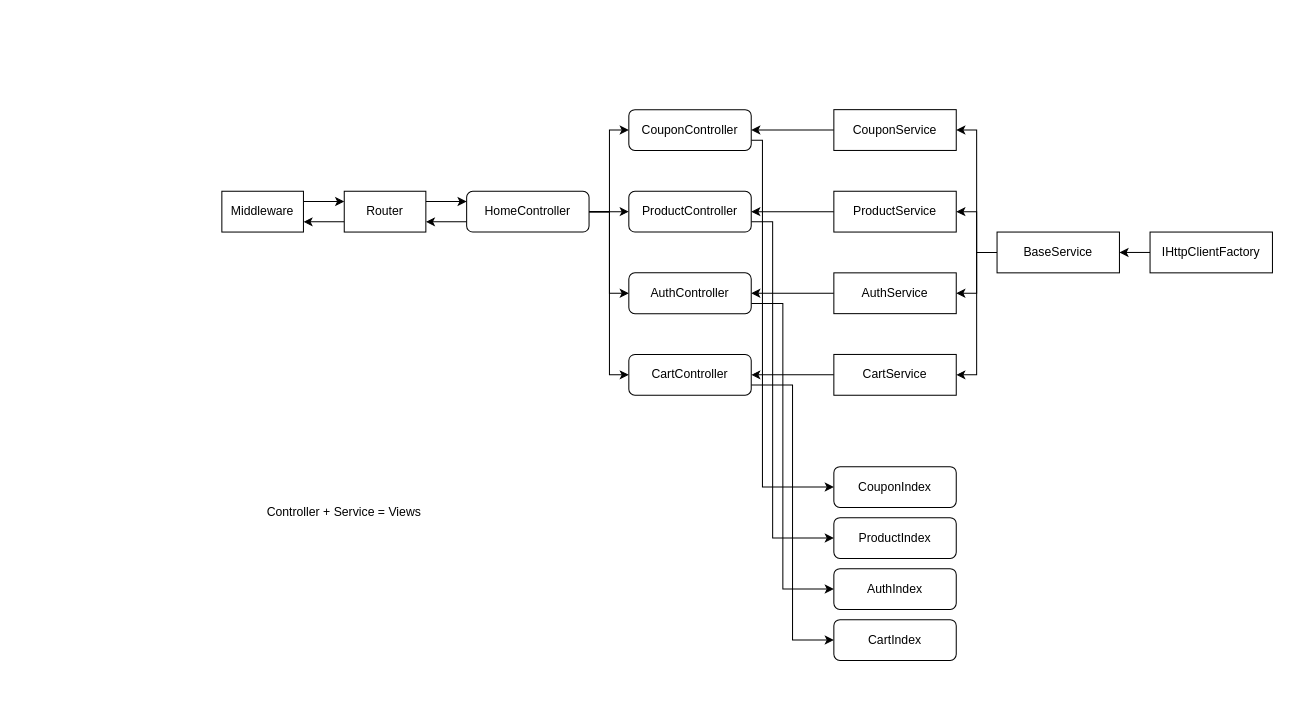
Above: MVC_Diagram_DotnetMastery.drawio in MdKasimS/Mango (draw.io), before the change. Source tidied: cells renumbered, new cells numbered last; positions are measured from the earlier drawing's top-left corner, leaving out a move shared by most shapes. Both pictures are drawn from the tidied source at 102%, with x=0, y=0 at pixel (221, 109).
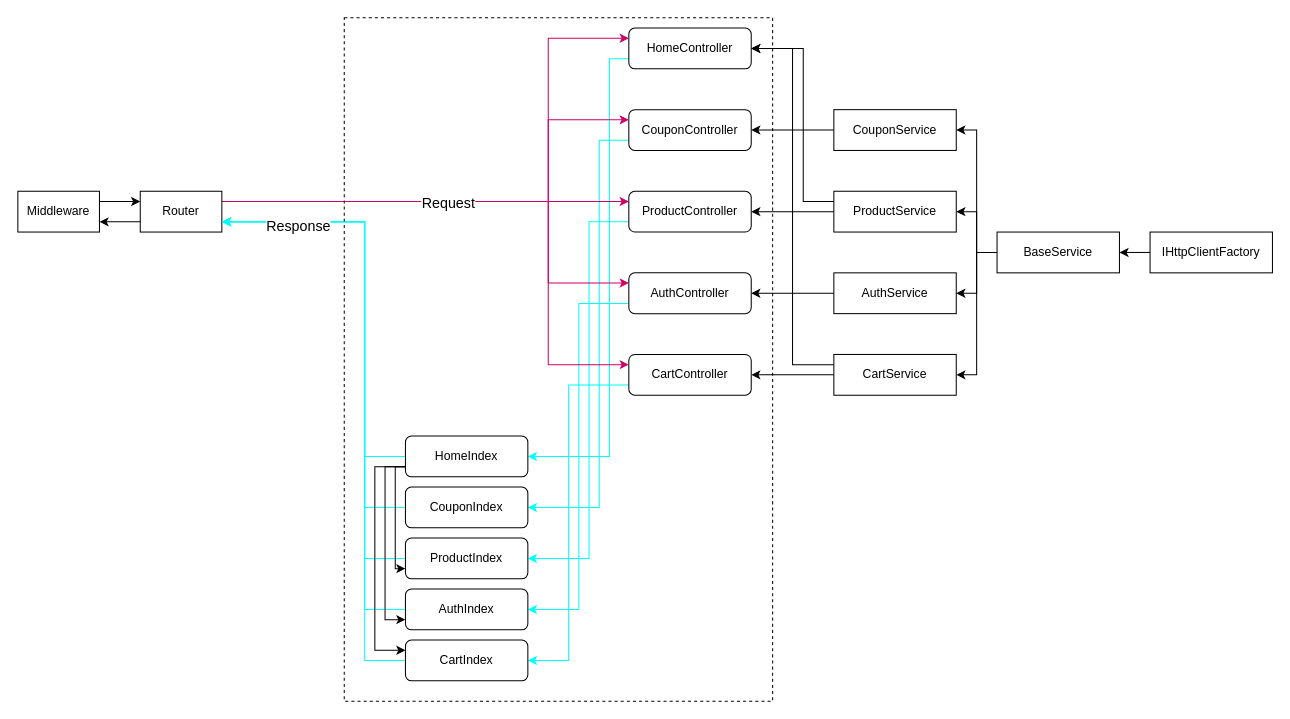
The same diagram, later.

Commit message:
Added MVC web flows

Unchanged cells that the change refers to:
```xml
<mxCell id="9" value="CouponController" style="rounded=1;whiteSpace=wrap;html=1;" parent="1" vertex="1">
  <mxGeometry x="399" width="120" height="40" as="geometry" />
</mxCell>
<mxCell id="11" value="ProductController" style="rounded=1;whiteSpace=wrap;html=1;" parent="1" vertex="1">
  <mxGeometry x="399" y="80" width="120" height="40" as="geometry" />
</mxCell>
<mxCell id="13" value="AuthController" style="rounded=1;whiteSpace=wrap;html=1;" parent="1" vertex="1">
  <mxGeometry x="399" y="160" width="120" height="40" as="geometry" />
</mxCell>
<mxCell id="20" value="CartController" style="rounded=1;whiteSpace=wrap;html=1;" parent="1" vertex="1">
  <mxGeometry x="399" y="240" width="120" height="40" as="geometry" />
</mxCell>
<mxCell id="24" value="ProductService" style="rounded=0;whiteSpace=wrap;html=1;" parent="1" vertex="1">
  <mxGeometry x="600" y="80" width="120" height="40" as="geometry" />
</mxCell>
<mxCell id="28" value="CartService" style="rounded=0;whiteSpace=wrap;html=1;" parent="1" vertex="1">
  <mxGeometry x="600" y="240" width="120" height="40" as="geometry" />
</mxCell>
```

Diff of the diagram source:
```diff
@@
-    <mxCell id="2" style="edgeStyle=orthogonalEdgeStyle;rounded=0;jettySize=auto;html=1;exitX=1;exitY=0.5;exitDx=0;exitDy=0;entryX=0;entryY=0.5;entryDx=0;entryDy=0;" parent="1" edge="1" source="7" target="9">
-      <mxGeometry relative="1" as="geometry">
-        <Array as="points">
-          <mxPoint x="380" y="100" />
-          <mxPoint x="380" y="20" />
-        </Array>
-      </mxGeometry>
-    </mxCell>
-    <mxCell id="3" style="edgeStyle=orthogonalEdgeStyle;rounded=0;jettySize=auto;html=1;exitX=1;exitY=0.5;exitDx=0;exitDy=0;entryX=0;entryY=0.5;entryDx=0;entryDy=0;" parent="1" edge="1" source="7" target="11">
-      <mxGeometry relative="1" as="geometry" />
-    </mxCell>
-    <mxCell id="4" style="edgeStyle=orthogonalEdgeStyle;rounded=0;jettySize=auto;html=1;exitX=1;exitY=0.5;exitDx=0;exitDy=0;entryX=0;entryY=0.5;entryDx=0;entryDy=0;" parent="1" edge="1" source="7" target="13">
-      <mxGeometry relative="1" as="geometry">
-        <Array as="points">
-          <mxPoint x="380" y="100" />
-          <mxPoint x="380" y="180" />
-        </Array>
-      </mxGeometry>
-    </mxCell>
-    <mxCell id="5" style="edgeStyle=orthogonalEdgeStyle;rounded=0;jettySize=auto;html=1;exitX=1;exitY=0.5;exitDx=0;exitDy=0;entryX=0;entryY=0.5;entryDx=0;entryDy=0;" parent="1" edge="1" source="7" target="20">
-      <mxGeometry relative="1" as="geometry">
-        <Array as="points">
-          <mxPoint x="380" y="100" />
-          <mxPoint x="380" y="260" />
-        </Array>
-      </mxGeometry>
-    </mxCell>
-    <mxCell id="6" style="edgeStyle=orthogonalEdgeStyle;rounded=0;jettySize=auto;html=1;exitX=0;exitY=0.75;exitDx=0;exitDy=0;entryX=1;entryY=0.75;entryDx=0;entryDy=0;" parent="1" edge="1" source="7" target="18">
-      <mxGeometry relative="1" as="geometry" />
-    </mxCell>
+    <mxCell id="41" style="edgeStyle=orthogonalEdgeStyle;rounded=0;jettySize=auto;html=1;entryX=1;entryY=0.5;entryDx=0;entryDy=0;exitX=0;exitY=0.75;exitDx=0;exitDy=0;strokeColor=#00FFFF;" parent="1" edge="1" source="7" target="58">
+      <mxGeometry relative="1" as="geometry">
+        <Array as="points">
+          <mxPoint x="380" y="-50" />
+          <mxPoint x="380" y="340" />
+        </Array>
+      </mxGeometry>
+    </mxCell>
     <mxCell id="7" value="HomeController" style="rounded=1;whiteSpace=wrap;html=1;" parent="1" vertex="1">
-      <mxGeometry x="240" y="80" width="120" height="40" as="geometry" />
+      <mxGeometry x="399" y="-80" width="120" height="40" as="geometry" />
     </mxCell>
-    <mxCell id="8" style="edgeStyle=orthogonalEdgeStyle;rounded=0;jettySize=auto;html=1;exitX=1;exitY=0.75;exitDx=0;exitDy=0;entryX=0;entryY=0.5;entryDx=0;entryDy=0;" parent="1" edge="1" source="9" target="36">
+    <mxCell id="8" style="edgeStyle=orthogonalEdgeStyle;rounded=0;jettySize=auto;html=1;exitX=0;exitY=0.75;exitDx=0;exitDy=0;entryX=1;entryY=0.5;entryDx=0;entryDy=0;strokeColor=#00FFFF;" parent="1" edge="1" source="9" target="36">
       <mxGeometry relative="1" as="geometry">
         <Array as="points">
-          <mxPoint x="530" y="30" />
-          <mxPoint x="530" y="370" />
+          <mxPoint x="370" y="30" />
+          <mxPoint x="370" y="390" />
         </Array>
       </mxGeometry>
     </mxCell>
@@
-    <mxCell id="10" style="edgeStyle=orthogonalEdgeStyle;rounded=0;jettySize=auto;html=1;exitX=1;exitY=0.75;exitDx=0;exitDy=0;entryX=0;entryY=0.5;entryDx=0;entryDy=0;" parent="1" edge="1" source="11" target="37">
+    <mxCell id="10" style="edgeStyle=orthogonalEdgeStyle;rounded=0;jettySize=auto;html=1;exitX=0;exitY=0.75;exitDx=0;exitDy=0;entryX=1;entryY=0.5;entryDx=0;entryDy=0;strokeColor=#00FFFF;" parent="1" edge="1" source="11" target="37">
       <mxGeometry relative="1" as="geometry">
         <Array as="points">
-          <mxPoint x="540" y="110" />
-          <mxPoint x="540" y="420" />
+          <mxPoint x="360" y="110" />
+          <mxPoint x="360" y="440" />
         </Array>
       </mxGeometry>
     </mxCell>
@@
-    <mxCell id="12" style="edgeStyle=orthogonalEdgeStyle;rounded=0;jettySize=auto;html=1;exitX=1;exitY=0.75;exitDx=0;exitDy=0;entryX=0;entryY=0.5;entryDx=0;entryDy=0;" parent="1" edge="1" source="13" target="38">
+    <mxCell id="12" style="edgeStyle=orthogonalEdgeStyle;rounded=0;jettySize=auto;html=1;exitX=0;exitY=0.75;exitDx=0;exitDy=0;entryX=1;entryY=0.5;entryDx=0;entryDy=0;strokeColor=#00FFFF;" parent="1" edge="1" source="13" target="38">
       <mxGeometry relative="1" as="geometry">
         <Array as="points">
-          <mxPoint x="550" y="190" />
-          <mxPoint x="550" y="470" />
+          <mxPoint x="350" y="190" />
+          <mxPoint x="350" y="490" />
         </Array>
       </mxGeometry>
     </mxCell>
@@
     <mxCell id="15" value="Middleware" style="rounded=0;whiteSpace=wrap;html=1;" parent="1" vertex="1">
-      <mxGeometry y="80" width="80" height="40" as="geometry" />
+      <mxGeometry x="-200" y="80" width="80" height="40" as="geometry" />
     </mxCell>
+    <mxCell id="17" style="edgeStyle=orthogonalEdgeStyle;rounded=0;jettySize=auto;html=1;exitX=0;exitY=0.75;exitDx=0;exitDy=0;entryX=1;entryY=0.75;entryDx=0;entryDy=0;" parent="1" edge="1" source="18" target="15">
+      <mxGeometry relative="1" as="geometry" />
+    </mxCell>
-    <mxCell id="16" style="edgeStyle=orthogonalEdgeStyle;rounded=0;jettySize=auto;html=1;exitX=1;exitY=0.25;exitDx=0;exitDy=0;entryX=0;entryY=0.25;entryDx=0;entryDy=0;" parent="1" edge="1" source="18" target="7">
-      <mxGeometry relative="1" as="geometry" />
+    <mxCell id="16" style="edgeStyle=orthogonalEdgeStyle;rounded=0;jettySize=auto;html=1;exitX=1;exitY=0.25;exitDx=0;exitDy=0;entryX=0;entryY=0.25;entryDx=0;entryDy=0;strokeColor=#CC0066;" parent="1" edge="1" source="18" target="7">
+      <mxGeometry relative="1" as="geometry">
+        <Array as="points">
+          <mxPoint x="320" y="90" />
+          <mxPoint x="320" y="-70" />
+        </Array>
+      </mxGeometry>
     </mxCell>
-    <mxCell id="17" style="edgeStyle=orthogonalEdgeStyle;rounded=0;jettySize=auto;html=1;exitX=0;exitY=0.75;exitDx=0;exitDy=0;entryX=1;entryY=0.75;entryDx=0;entryDy=0;" parent="1" edge="1" source="18" target="15">
-      <mxGeometry relative="1" as="geometry" />
-    </mxCell>
+    <mxCell id="42" style="edgeStyle=orthogonalEdgeStyle;rounded=0;jettySize=auto;html=1;exitX=1;exitY=0.25;exitDx=0;exitDy=0;entryX=0;entryY=0.25;entryDx=0;entryDy=0;strokeColor=#CC0066;" parent="1" edge="1" source="18" target="9">
+      <mxGeometry relative="1" as="geometry">
+        <Array as="points">
+          <mxPoint x="320" y="90" />
+          <mxPoint x="320" y="10" />
+        </Array>
+      </mxGeometry>
+    </mxCell>
+    <mxCell id="43" style="edgeStyle=orthogonalEdgeStyle;rounded=0;jettySize=auto;html=1;exitX=1;exitY=0.25;exitDx=0;exitDy=0;entryX=0;entryY=0.25;entryDx=0;entryDy=0;strokeColor=#CC0066;" parent="1" edge="1" source="18" target="11">
+      <mxGeometry relative="1" as="geometry" />
+    </mxCell>
+    <mxCell id="44" style="edgeStyle=orthogonalEdgeStyle;rounded=0;jettySize=auto;html=1;exitX=1;exitY=0.25;exitDx=0;exitDy=0;entryX=0;entryY=0.25;entryDx=0;entryDy=0;strokeColor=#CC0066;" parent="1" edge="1" source="18" target="13">
+      <mxGeometry relative="1" as="geometry">
+        <Array as="points">
+          <mxPoint x="320" y="90" />
+          <mxPoint x="320" y="170" />
+        </Array>
+      </mxGeometry>
+    </mxCell>
+    <mxCell id="45" style="edgeStyle=orthogonalEdgeStyle;rounded=0;jettySize=auto;html=1;exitX=1;exitY=0.25;exitDx=0;exitDy=0;entryX=0;entryY=0.25;entryDx=0;entryDy=0;strokeColor=#CC0066;" parent="1" edge="1" source="18" target="20">
+      <mxGeometry relative="1" as="geometry">
+        <Array as="points">
+          <mxPoint x="320" y="90" />
+          <mxPoint x="320" y="250" />
+        </Array>
+      </mxGeometry>
+    </mxCell>
+    <mxCell id="46" value="Request" style="edgeLabel;html=1;align=center;verticalAlign=middle;fontSize=14;" parent="45" vertex="1">
+      <mxGeometry x="-0.21" y="-1" relative="1" as="geometry" />
+    </mxCell>
     <mxCell id="18" value="Router" style="rounded=0;whiteSpace=wrap;html=1;" parent="1" vertex="1">
-      <mxGeometry x="120" y="80" width="80" height="40" as="geometry" />
+      <mxGeometry x="-80" y="80" width="80" height="40" as="geometry" />
     </mxCell>
-    <mxCell id="19" style="edgeStyle=orthogonalEdgeStyle;rounded=0;jettySize=auto;html=1;exitX=1;exitY=0.75;exitDx=0;exitDy=0;entryX=0;entryY=0.5;entryDx=0;entryDy=0;" parent="1" edge="1" source="20" target="39">
-      <mxGeometry relative="1" as="geometry" />
+    <mxCell id="19" style="edgeStyle=orthogonalEdgeStyle;rounded=0;jettySize=auto;html=1;exitX=0;exitY=0.75;exitDx=0;exitDy=0;entryX=1;entryY=0.5;entryDx=0;entryDy=0;strokeColor=#00FFFF;" parent="1" edge="1" source="20" target="39">
+      <mxGeometry relative="1" as="geometry">
+        <Array as="points">
+          <mxPoint x="340" y="270" />
+          <mxPoint x="340" y="540" />
+        </Array>
+      </mxGeometry>
     </mxCell>
@@
+    <mxCell id="47" style="edgeStyle=orthogonalEdgeStyle;rounded=0;jettySize=auto;html=1;exitX=0;exitY=0.25;exitDx=0;exitDy=0;entryX=1;entryY=0.5;entryDx=0;entryDy=0;" parent="1" edge="1" source="24" target="7">
+      <mxGeometry relative="1" as="geometry">
+        <Array as="points">
+          <mxPoint x="570" y="90" />
+          <mxPoint x="570" y="-60" />
+        </Array>
+      </mxGeometry>
+    </mxCell>
@@
+    <mxCell id="48" style="edgeStyle=orthogonalEdgeStyle;rounded=0;jettySize=auto;html=1;exitX=0;exitY=0.25;exitDx=0;exitDy=0;entryX=1;entryY=0.5;entryDx=0;entryDy=0;" parent="1" edge="1" source="28" target="7">
+      <mxGeometry relative="1" as="geometry" />
+    </mxCell>
@@
+    <mxCell id="49" style="edgeStyle=orthogonalEdgeStyle;rounded=0;jettySize=auto;html=1;exitX=0;exitY=0.5;exitDx=0;exitDy=0;entryX=1;entryY=0.75;entryDx=0;entryDy=0;strokeColor=#00FFFF;" parent="1" edge="1" source="36" target="18">
+      <mxGeometry relative="1" as="geometry">
+        <Array as="points">
+          <mxPoint x="140" y="390" />
+          <mxPoint x="140" y="110" />
+        </Array>
+      </mxGeometry>
+    </mxCell>
     <mxCell id="36" value="CouponIndex" style="rounded=1;whiteSpace=wrap;html=1;" parent="1" vertex="1">
-      <mxGeometry x="600" y="350" width="120" height="40" as="geometry" />
+      <mxGeometry x="180" y="370" width="120" height="40" as="geometry" />
     </mxCell>
+    <mxCell id="50" style="edgeStyle=orthogonalEdgeStyle;rounded=0;jettySize=auto;html=1;exitX=0;exitY=0.5;exitDx=0;exitDy=0;entryX=1;entryY=0.75;entryDx=0;entryDy=0;strokeColor=#00FFFF;" parent="1" edge="1" source="37" target="18">
+      <mxGeometry relative="1" as="geometry">
+        <Array as="points">
+          <mxPoint x="140" y="440" />
+          <mxPoint x="140" y="110" />
+        </Array>
+      </mxGeometry>
+    </mxCell>
     <mxCell id="37" value="ProductIndex" style="rounded=1;whiteSpace=wrap;html=1;" parent="1" vertex="1">
-      <mxGeometry x="600" y="400" width="120" height="40" as="geometry" />
+      <mxGeometry x="180" y="420" width="120" height="40" as="geometry" />
     </mxCell>
+    <mxCell id="51" style="edgeStyle=orthogonalEdgeStyle;rounded=0;jettySize=auto;html=1;exitX=0;exitY=0.5;exitDx=0;exitDy=0;entryX=1;entryY=0.75;entryDx=0;entryDy=0;strokeColor=#00FFFF;" parent="1" edge="1" source="38" target="18">
+      <mxGeometry relative="1" as="geometry">
+        <Array as="points">
+          <mxPoint x="140" y="490" />
+          <mxPoint x="140" y="110" />
+        </Array>
+      </mxGeometry>
+    </mxCell>
     <mxCell id="38" value="AuthIndex" style="rounded=1;whiteSpace=wrap;html=1;" parent="1" vertex="1">
-      <mxGeometry x="600" y="450" width="120" height="40" as="geometry" />
+      <mxGeometry x="180" y="470" width="120" height="40" as="geometry" />
     </mxCell>
+    <mxCell id="52" style="edgeStyle=orthogonalEdgeStyle;rounded=0;jettySize=auto;html=1;exitX=0;exitY=0.5;exitDx=0;exitDy=0;entryX=1;entryY=0.75;entryDx=0;entryDy=0;strokeColor=#00FFFF;" parent="1" edge="1" source="39" target="18">
+      <mxGeometry relative="1" as="geometry">
+        <Array as="points">
+          <mxPoint x="140" y="540" />
+          <mxPoint x="140" y="110" />
+        </Array>
+      </mxGeometry>
+    </mxCell>
     <mxCell id="39" value="CartIndex" style="rounded=1;whiteSpace=wrap;html=1;" parent="1" vertex="1">
-      <mxGeometry x="600" y="500" width="120" height="40" as="geometry" />
+      <mxGeometry x="180" y="520" width="120" height="40" as="geometry" />
     </mxCell>
-    <mxCell id="40" value="Controller + Service = Views" style="text;html=1;whiteSpace=wrap;strokeColor=none;fillColor=none;align=center;verticalAlign=middle;rounded=0;" parent="1" vertex="1">
-      <mxGeometry x="35" y="380" width="170" height="30" as="geometry" />
-    </mxCell>
+    <mxCell id="53" style="edgeStyle=orthogonalEdgeStyle;rounded=0;jettySize=auto;html=1;exitX=0;exitY=0.5;exitDx=0;exitDy=0;entryX=1;entryY=0.75;entryDx=0;entryDy=0;strokeColor=#00FFFF;" parent="1" edge="1" source="58" target="18">
+      <mxGeometry relative="1" as="geometry">
+        <Array as="points">
+          <mxPoint x="140" y="340" />
+          <mxPoint x="140" y="110" />
+        </Array>
+      </mxGeometry>
+    </mxCell>
+    <mxCell id="54" value="Response" style="edgeLabel;html=1;align=center;verticalAlign=middle;fontSize=14;" parent="53" vertex="1">
+      <mxGeometry x="0.64" y="3" relative="1" as="geometry" />
+    </mxCell>
+    <mxCell id="55" style="edgeStyle=orthogonalEdgeStyle;rounded=0;jettySize=auto;html=1;exitX=0;exitY=0.75;exitDx=0;exitDy=0;entryX=0;entryY=0.25;entryDx=0;entryDy=0;" parent="1" edge="1" source="58" target="39">
+      <mxGeometry relative="1" as="geometry">
+        <Array as="points">
+          <mxPoint x="150" y="350" />
+          <mxPoint x="150" y="530" />
+        </Array>
+      </mxGeometry>
+    </mxCell>
+    <mxCell id="56" style="edgeStyle=orthogonalEdgeStyle;rounded=0;jettySize=auto;html=1;exitX=0;exitY=0.75;exitDx=0;exitDy=0;entryX=0;entryY=0.75;entryDx=0;entryDy=0;" parent="1" edge="1" source="58" target="38">
+      <mxGeometry relative="1" as="geometry" />
+    </mxCell>
+    <mxCell id="57" style="edgeStyle=orthogonalEdgeStyle;rounded=0;jettySize=auto;html=1;exitX=0;exitY=0.75;exitDx=0;exitDy=0;entryX=0;entryY=0.75;entryDx=0;entryDy=0;" parent="1" edge="1" source="58" target="37">
+      <mxGeometry relative="1" as="geometry">
+        <Array as="points">
+          <mxPoint x="170" y="350" />
+          <mxPoint x="170" y="450" />
+        </Array>
+      </mxGeometry>
+    </mxCell>
+    <mxCell id="58" value="HomeIndex" style="rounded=1;whiteSpace=wrap;html=1;" parent="1" vertex="1">
+      <mxGeometry x="180" y="320" width="120" height="40" as="geometry" />
+    </mxCell>
+    <mxCell id="59" style="rounded=0;whiteSpace=wrap;html=1;fillColor=none;dashed=1;" parent="1" vertex="1">
+      <mxGeometry x="120" y="-90" width="420" height="670" as="geometry" />
+    </mxCell>
```
